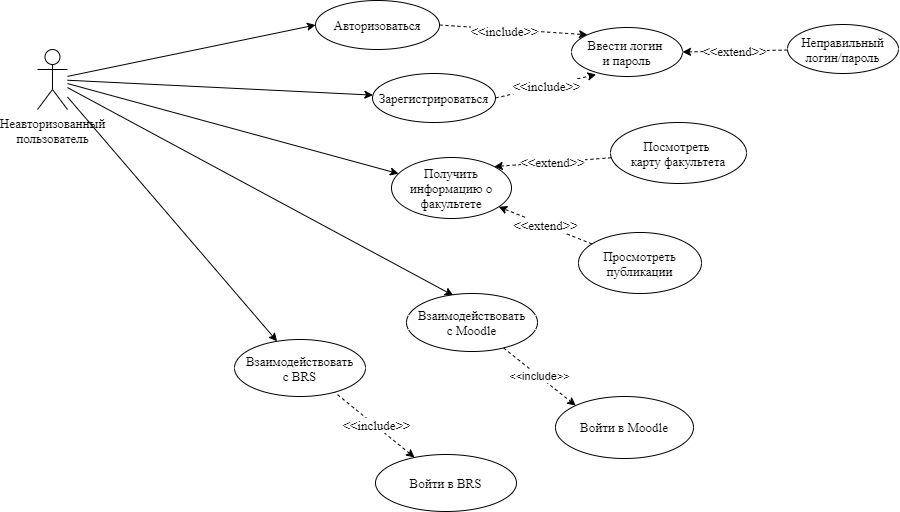
The draw.io diagram diagrams/Диаграммы прецедентов (Use case diagrams)/Диаграмма прецедентов (unauthorized user).png in NerdSmith/MyCSF_App, before a commit. Source tidied: cells renumbered, new cells last; positions are measured from the earlier drawing's top-left corner, leaving out a move shared by most shapes. The source it was exported from:
```xml
<mxGraphModel>
  <root>
    <mxCell id="0" />
    <mxCell id="1" parent="0" />
    <mxCell id="2" style="edgeStyle=none;rounded=0;jettySize=auto;html=1;strokeColor=#000000;fontFamily=Times New Roman;fontSize=13;" parent="1" edge="1" source="7" target="12">
      <mxGeometry relative="1" as="geometry" />
    </mxCell>
    <mxCell id="3" style="edgeStyle=none;rounded=0;jettySize=auto;html=1;strokeColor=#000000;fontFamily=Times New Roman;fontSize=13;" parent="1" edge="1" source="7" target="14">
      <mxGeometry relative="1" as="geometry" />
    </mxCell>
    <mxCell id="4" style="edgeStyle=none;rounded=0;jettySize=auto;html=1;entryX=0;entryY=0.5;entryDx=0;entryDy=0;strokeColor=#000000;fontFamily=Times New Roman;fontSize=13;" parent="1" edge="1" source="7" target="10">
      <mxGeometry relative="1" as="geometry" />
    </mxCell>
    <mxCell id="5" style="rounded=0;jettySize=auto;html=1;fontSize=13;fontFamily=Times New Roman;entryX=0.357;entryY=0.034;entryDx=0;entryDy=0;entryPerimeter=0;" parent="1" edge="1" source="7" target="23">
      <mxGeometry relative="1" as="geometry" />
    </mxCell>
    <mxCell id="6" style="rounded=0;jettySize=auto;html=1;fontSize=13;fontFamily=Times New Roman;" parent="1" edge="1" source="7" target="15">
      <mxGeometry relative="1" as="geometry" />
    </mxCell>
    <mxCell id="7" value="Неавторизованный&lt;br style=&quot;font-size: 13px;&quot;&gt;пользователь&lt;br style=&quot;font-size: 13px;&quot;&gt;" style="shape=umlActor;verticalLabelPosition=bottom;verticalAlign=top;html=1;outlineConnect=0;fontFamily=Times New Roman;fontSize=13;" parent="1" vertex="1">
      <mxGeometry y="49" width="30" height="60" as="geometry" />
    </mxCell>
    <mxCell id="8" style="edgeStyle=none;rounded=0;jettySize=auto;html=1;strokeColor=#000000;fontFamily=Times New Roman;fontSize=13;exitX=1;exitY=0.5;exitDx=0;exitDy=0;dashed=1;entryX=0;entryY=0;entryDx=0;entryDy=0;" parent="1" edge="1" source="10" target="13">
      <mxGeometry relative="1" as="geometry" />
    </mxCell>
    <mxCell id="9" value="&amp;lt;&amp;lt;include&amp;gt;&amp;gt;" style="edgeLabel;html=1;align=center;verticalAlign=middle;fontSize=13;fontFamily=Times New Roman;" parent="8" vertex="1">
      <mxGeometry x="-0.2" y="-4" relative="1" as="geometry">
        <mxPoint x="6" y="-1.4" as="offset" />
      </mxGeometry>
    </mxCell>
    <mxCell id="10" value="Авторизоваться" style="ellipse;whiteSpace=wrap;html=1;verticalAlign=middle;fontFamily=Times New Roman;fontSize=13;" parent="1" vertex="1">
      <mxGeometry x="278" width="124" height="49" as="geometry" />
    </mxCell>
    <mxCell id="11" value="&amp;lt;&amp;lt;include&amp;gt;&amp;gt;" style="edgeStyle=none;rounded=0;jettySize=auto;html=1;entryX=0.222;entryY=0.959;entryDx=0;entryDy=0;strokeColor=#000000;fontFamily=Times New Roman;fontSize=13;exitX=1;exitY=0.5;exitDx=0;exitDy=0;dashed=1;entryPerimeter=0;" parent="1" edge="1" source="12" target="13">
      <mxGeometry relative="1" as="geometry" />
    </mxCell>
    <mxCell id="12" value="Зарегистрироваться" style="ellipse;whiteSpace=wrap;html=1;verticalAlign=middle;fontFamily=Times New Roman;fontSize=13;" parent="1" vertex="1">
      <mxGeometry x="335" y="73" width="123" height="49" as="geometry" />
    </mxCell>
    <mxCell id="13" value="Ввести логин &lt;br style=&quot;font-size: 13px;&quot;&gt;и пароль" style="ellipse;whiteSpace=wrap;html=1;verticalAlign=middle;fontFamily=Times New Roman;fontSize=13;" parent="1" vertex="1">
      <mxGeometry x="534" y="27" width="111" height="49" as="geometry" />
    </mxCell>
    <mxCell id="14" value="Получить информацию о факультете" style="ellipse;whiteSpace=wrap;html=1;verticalAlign=middle;fontFamily=Times New Roman;fontSize=13;" parent="1" vertex="1">
      <mxGeometry x="354" y="157" width="120" height="61" as="geometry" />
    </mxCell>
    <mxCell id="15" value="Взаимодействовать&lt;br style=&quot;font-size: 13px;&quot;&gt;с BRS" style="ellipse;whiteSpace=wrap;html=1;verticalAlign=middle;fontFamily=Times New Roman;fontSize=13;" parent="1" vertex="1">
      <mxGeometry x="197" y="339" width="131" height="57" as="geometry" />
    </mxCell>
    <mxCell id="16" value="&amp;lt;&amp;lt;extend&amp;gt;&amp;gt;" style="edgeStyle=none;rounded=0;jettySize=auto;html=1;dashed=1;startArrow=none;startFill=0;endArrow=classic;endFill=1;strokeColor=#000000;fontFamily=Times New Roman;fontSize=13;" parent="1" edge="1" source="17" target="14">
      <mxGeometry relative="1" as="geometry" />
    </mxCell>
    <mxCell id="17" value="Просмотреть публикации" style="ellipse;whiteSpace=wrap;html=1;verticalAlign=middle;fontFamily=Times New Roman;fontSize=13;" parent="1" vertex="1">
      <mxGeometry x="541" y="232" width="123" height="61" as="geometry" />
    </mxCell>
    <mxCell id="18" value="&amp;lt;&amp;lt;extend&amp;gt;&amp;gt;" style="edgeStyle=none;rounded=0;jettySize=auto;html=1;entryX=1;entryY=0;entryDx=0;entryDy=0;dashed=1;startArrow=none;startFill=0;endArrow=classic;endFill=1;strokeColor=#000000;fontFamily=Times New Roman;fontSize=13;" parent="1" edge="1" source="19" target="14">
      <mxGeometry relative="1" as="geometry" />
    </mxCell>
    <mxCell id="19" value="Посмотреть&amp;nbsp;&lt;br style=&quot;font-size: 13px;&quot;&gt;карту факультета" style="ellipse;whiteSpace=wrap;html=1;verticalAlign=middle;fontFamily=Times New Roman;fontSize=13;" parent="1" vertex="1">
      <mxGeometry x="573" y="122" width="136" height="61" as="geometry" />
    </mxCell>
    <mxCell id="20" value="&amp;lt;&amp;lt;extend&amp;gt;&amp;gt;" style="edgeStyle=none;rounded=0;jettySize=auto;html=1;dashed=1;startArrow=none;startFill=0;endArrow=classic;endFill=1;strokeColor=#000000;fontFamily=Times New Roman;fontSize=13;entryX=1;entryY=0.5;entryDx=0;entryDy=0;" parent="1" edge="1" source="21" target="13">
      <mxGeometry relative="1" as="geometry" />
    </mxCell>
    <mxCell id="21" value="Неправильный&lt;br style=&quot;font-size: 13px;&quot;&gt;логин/пароль" style="ellipse;whiteSpace=wrap;html=1;verticalAlign=middle;fontFamily=Times New Roman;fontSize=13;" parent="1" vertex="1">
      <mxGeometry x="750" y="24" width="111" height="49" as="geometry" />
    </mxCell>
    <mxCell id="22" value="&amp;lt;&amp;lt;include&amp;gt;&amp;gt;" style="rounded=0;jettySize=auto;html=1;entryX=0;entryY=0;entryDx=0;entryDy=0;dashed=1;" parent="1" edge="1" source="23" target="24">
      <mxGeometry relative="1" as="geometry" />
    </mxCell>
    <mxCell id="23" value="Взаимодействовать&lt;br style=&quot;font-size: 13px&quot;&gt;с Moodle" style="ellipse;whiteSpace=wrap;html=1;verticalAlign=middle;fontFamily=Times New Roman;fontSize=13;" parent="1" vertex="1">
      <mxGeometry x="369" y="293" width="131" height="58" as="geometry" />
    </mxCell>
    <mxCell id="24" value="Войти в Moodle" style="ellipse;whiteSpace=wrap;html=1;fontSize=13;fontFamily=Times New Roman;" parent="1" vertex="1">
      <mxGeometry x="518" y="396" width="138" height="62" as="geometry" />
    </mxCell>
    <mxCell id="25" value="Войти в BRS" style="ellipse;whiteSpace=wrap;html=1;fontSize=13;fontFamily=Times New Roman;" parent="1" vertex="1">
      <mxGeometry x="338" y="454" width="141" height="57" as="geometry" />
    </mxCell>
    <mxCell id="26" style="rounded=0;jettySize=auto;html=1;dashed=1;startArrow=classic;startFill=1;endArrow=none;endFill=0;fontSize=13;fontFamily=Times New Roman;entryX=0.766;entryY=0.929;entryDx=0;entryDy=0;entryPerimeter=0;" parent="1" edge="1" source="25" target="15">
      <mxGeometry relative="1" as="geometry" />
    </mxCell>
    <mxCell id="27" value="&amp;lt;&amp;lt;include&amp;gt;&amp;gt;" style="edgeLabel;html=1;align=center;verticalAlign=middle;fontSize=13;fontFamily=Times New Roman;" parent="26" vertex="1">
      <mxGeometry x="-0.02" y="-1" relative="1" as="geometry" />
    </mxCell>
  </root>
</mxGraphModel>
```
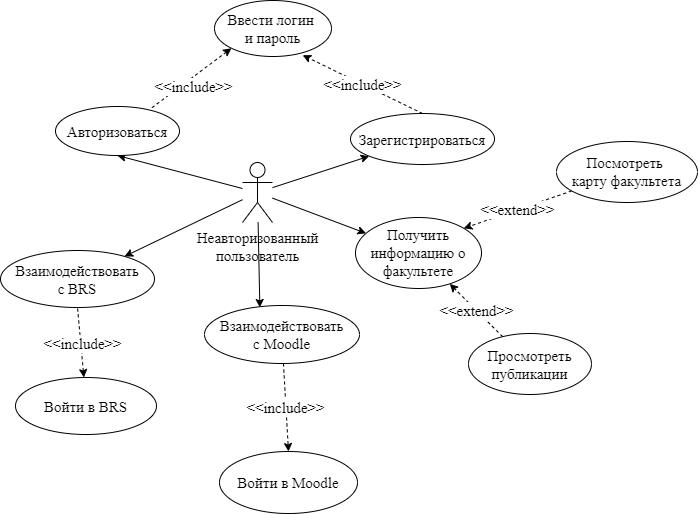
After the change.

Diff of the diagram source:
```diff
@@ -2,84 +2,78 @@
   <root>
     <mxCell id="0" />
     <mxCell id="1" parent="0" />
-    <mxCell id="2" style="edgeStyle=none;rounded=0;jettySize=auto;html=1;strokeColor=#000000;fontFamily=Times New Roman;fontSize=13;" parent="1" edge="1" source="7" target="12">
+    <mxCell id="2" style="edgeStyle=none;rounded=0;jettySize=auto;html=1;strokeColor=#000000;fontFamily=Times New Roman;fontSize=15;" parent="1" edge="1" source="7" target="12">
       <mxGeometry relative="1" as="geometry" />
     </mxCell>
-    <mxCell id="3" style="edgeStyle=none;rounded=0;jettySize=auto;html=1;strokeColor=#000000;fontFamily=Times New Roman;fontSize=13;" parent="1" edge="1" source="7" target="14">
+    <mxCell id="3" style="edgeStyle=none;rounded=0;jettySize=auto;html=1;strokeColor=#000000;fontFamily=Times New Roman;fontSize=15;" parent="1" edge="1" source="7" target="14">
       <mxGeometry relative="1" as="geometry" />
     </mxCell>
-    <mxCell id="4" style="edgeStyle=none;rounded=0;jettySize=auto;html=1;entryX=0;entryY=0.5;entryDx=0;entryDy=0;strokeColor=#000000;fontFamily=Times New Roman;fontSize=13;" parent="1" edge="1" source="7" target="10">
+    <mxCell id="4" style="edgeStyle=none;rounded=0;jettySize=auto;html=1;entryX=0.5;entryY=1;entryDx=0;entryDy=0;strokeColor=#000000;fontFamily=Times New Roman;fontSize=15;" parent="1" edge="1" source="7" target="10">
       <mxGeometry relative="1" as="geometry" />
     </mxCell>
-    <mxCell id="5" style="rounded=0;jettySize=auto;html=1;fontSize=13;fontFamily=Times New Roman;entryX=0.357;entryY=0.034;entryDx=0;entryDy=0;entryPerimeter=0;" parent="1" edge="1" source="7" target="23">
+    <mxCell id="5" style="rounded=0;jettySize=auto;html=1;fontSize=15;fontFamily=Times New Roman;entryX=0.357;entryY=0.034;entryDx=0;entryDy=0;entryPerimeter=0;" parent="1" edge="1" source="7" target="23">
       <mxGeometry relative="1" as="geometry" />
     </mxCell>
-    <mxCell id="6" style="rounded=0;jettySize=auto;html=1;fontSize=13;fontFamily=Times New Roman;" parent="1" edge="1" source="7" target="15">
+    <mxCell id="6" style="rounded=0;jettySize=auto;html=1;fontSize=15;fontFamily=Times New Roman;" parent="1" edge="1" source="7" target="15">
       <mxGeometry relative="1" as="geometry" />
     </mxCell>
-    <mxCell id="7" value="Неавторизованный&lt;br style=&quot;font-size: 13px;&quot;&gt;пользователь&lt;br style=&quot;font-size: 13px;&quot;&gt;" style="shape=umlActor;verticalLabelPosition=bottom;verticalAlign=top;html=1;outlineConnect=0;fontFamily=Times New Roman;fontSize=13;" parent="1" vertex="1">
-      <mxGeometry y="49" width="30" height="60" as="geometry" />
+    <mxCell id="7" value="Неавторизованный&lt;br style=&quot;font-size: 15px;&quot;&gt;пользователь&lt;br style=&quot;font-size: 15px;&quot;&gt;" style="shape=umlActor;verticalLabelPosition=bottom;verticalAlign=top;html=1;outlineConnect=0;fontFamily=Times New Roman;fontSize=15;" parent="1" vertex="1">
+      <mxGeometry x="75" y="152" width="30" height="60" as="geometry" />
     </mxCell>
-    <mxCell id="8" style="edgeStyle=none;rounded=0;jettySize=auto;html=1;strokeColor=#000000;fontFamily=Times New Roman;fontSize=13;exitX=1;exitY=0.5;exitDx=0;exitDy=0;dashed=1;entryX=0;entryY=0;entryDx=0;entryDy=0;" parent="1" edge="1" source="10" target="13">
+    <mxCell id="8" style="edgeStyle=none;rounded=0;jettySize=auto;html=1;strokeColor=#000000;fontFamily=Times New Roman;fontSize=15;exitX=0.778;exitY=0.024;exitDx=0;exitDy=0;dashed=1;entryX=0;entryY=1;entryDx=0;entryDy=0;exitPerimeter=0;" parent="1" edge="1" source="10" target="13">
       <mxGeometry relative="1" as="geometry" />
     </mxCell>
-    <mxCell id="9" value="&amp;lt;&amp;lt;include&amp;gt;&amp;gt;" style="edgeLabel;html=1;align=center;verticalAlign=middle;fontSize=13;fontFamily=Times New Roman;" parent="8" vertex="1">
+    <mxCell id="9" value="&amp;lt;&amp;lt;include&amp;gt;&amp;gt;" style="edgeLabel;html=1;align=center;verticalAlign=middle;fontSize=15;fontFamily=Times New Roman;" parent="8" vertex="1">
       <mxGeometry x="-0.2" y="-4" relative="1" as="geometry">
         <mxPoint x="6" y="-1.4" as="offset" />
       </mxGeometry>
     </mxCell>
-    <mxCell id="10" value="Авторизоваться" style="ellipse;whiteSpace=wrap;html=1;verticalAlign=middle;fontFamily=Times New Roman;fontSize=13;" parent="1" vertex="1">
-      <mxGeometry x="278" width="124" height="49" as="geometry" />
+    <mxCell id="10" value="Авторизоваться" style="ellipse;whiteSpace=wrap;html=1;verticalAlign=middle;fontFamily=Times New Roman;fontSize=15;" parent="1" vertex="1">
+      <mxGeometry x="-112" y="96" width="124" height="49" as="geometry" />
     </mxCell>
-    <mxCell id="11" value="&amp;lt;&amp;lt;include&amp;gt;&amp;gt;" style="edgeStyle=none;rounded=0;jettySize=auto;html=1;entryX=0.222;entryY=0.959;entryDx=0;entryDy=0;strokeColor=#000000;fontFamily=Times New Roman;fontSize=13;exitX=1;exitY=0.5;exitDx=0;exitDy=0;dashed=1;entryPerimeter=0;" parent="1" edge="1" source="12" target="13">
+    <mxCell id="11" value="&amp;lt;&amp;lt;include&amp;gt;&amp;gt;" style="edgeStyle=none;rounded=0;jettySize=auto;html=1;entryX=0.754;entryY=0.977;entryDx=0;entryDy=0;strokeColor=#000000;fontFamily=Times New Roman;fontSize=15;exitX=0.5;exitY=0;exitDx=0;exitDy=0;dashed=1;entryPerimeter=0;" parent="1" edge="1" source="12" target="13">
       <mxGeometry relative="1" as="geometry" />
     </mxCell>
-    <mxCell id="12" value="Зарегистрироваться" style="ellipse;whiteSpace=wrap;html=1;verticalAlign=middle;fontFamily=Times New Roman;fontSize=13;" parent="1" vertex="1">
-      <mxGeometry x="335" y="73" width="123" height="49" as="geometry" />
+    <mxCell id="12" value="Зарегистрироваться" style="ellipse;whiteSpace=wrap;html=1;verticalAlign=middle;fontFamily=Times New Roman;fontSize=15;" parent="1" vertex="1">
+      <mxGeometry x="183" y="103" width="144" height="51" as="geometry" />
     </mxCell>
-    <mxCell id="13" value="Ввести логин &lt;br style=&quot;font-size: 13px;&quot;&gt;и пароль" style="ellipse;whiteSpace=wrap;html=1;verticalAlign=middle;fontFamily=Times New Roman;fontSize=13;" parent="1" vertex="1">
-      <mxGeometry x="534" y="27" width="111" height="49" as="geometry" />
+    <mxCell id="13" value="Ввести логин &lt;br style=&quot;font-size: 15px;&quot;&gt;и пароль" style="ellipse;whiteSpace=wrap;html=1;verticalAlign=middle;fontFamily=Times New Roman;fontSize=15;" parent="1" vertex="1">
+      <mxGeometry x="47" y="-10" width="117" height="56" as="geometry" />
     </mxCell>
-    <mxCell id="14" value="Получить информацию о факультете" style="ellipse;whiteSpace=wrap;html=1;verticalAlign=middle;fontFamily=Times New Roman;fontSize=13;" parent="1" vertex="1">
-      <mxGeometry x="354" y="157" width="120" height="61" as="geometry" />
+    <mxCell id="14" value="Получить информацию о факультете" style="ellipse;whiteSpace=wrap;html=1;verticalAlign=middle;fontFamily=Times New Roman;fontSize=15;" parent="1" vertex="1">
+      <mxGeometry x="188" y="207" width="126" height="71" as="geometry" />
     </mxCell>
-    <mxCell id="15" value="Взаимодействовать&lt;br style=&quot;font-size: 13px;&quot;&gt;с BRS" style="ellipse;whiteSpace=wrap;html=1;verticalAlign=middle;fontFamily=Times New Roman;fontSize=13;" parent="1" vertex="1">
-      <mxGeometry x="197" y="339" width="131" height="57" as="geometry" />
+    <mxCell id="15" value="Взаимодействовать&lt;br style=&quot;font-size: 15px;&quot;&gt;с BRS" style="ellipse;whiteSpace=wrap;html=1;verticalAlign=middle;fontFamily=Times New Roman;fontSize=15;" parent="1" vertex="1">
+      <mxGeometry x="-167" y="240" width="154" height="57" as="geometry" />
     </mxCell>
-    <mxCell id="16" value="&amp;lt;&amp;lt;extend&amp;gt;&amp;gt;" style="edgeStyle=none;rounded=0;jettySize=auto;html=1;dashed=1;startArrow=none;startFill=0;endArrow=classic;endFill=1;strokeColor=#000000;fontFamily=Times New Roman;fontSize=13;" parent="1" edge="1" source="17" target="14">
+    <mxCell id="16" value="&amp;lt;&amp;lt;extend&amp;gt;&amp;gt;" style="edgeStyle=none;rounded=0;jettySize=auto;html=1;dashed=1;startArrow=none;startFill=0;endArrow=classic;endFill=1;strokeColor=#000000;fontFamily=Times New Roman;fontSize=15;" parent="1" edge="1" source="17" target="14">
       <mxGeometry relative="1" as="geometry" />
     </mxCell>
-    <mxCell id="17" value="Просмотреть публикации" style="ellipse;whiteSpace=wrap;html=1;verticalAlign=middle;fontFamily=Times New Roman;fontSize=13;" parent="1" vertex="1">
-      <mxGeometry x="541" y="232" width="123" height="61" as="geometry" />
+    <mxCell id="17" value="Просмотреть публикации" style="ellipse;whiteSpace=wrap;html=1;verticalAlign=middle;fontFamily=Times New Roman;fontSize=15;" parent="1" vertex="1">
+      <mxGeometry x="301" y="323" width="123" height="61" as="geometry" />
     </mxCell>
-    <mxCell id="18" value="&amp;lt;&amp;lt;extend&amp;gt;&amp;gt;" style="edgeStyle=none;rounded=0;jettySize=auto;html=1;entryX=1;entryY=0;entryDx=0;entryDy=0;dashed=1;startArrow=none;startFill=0;endArrow=classic;endFill=1;strokeColor=#000000;fontFamily=Times New Roman;fontSize=13;" parent="1" edge="1" source="19" target="14">
+    <mxCell id="18" value="&amp;lt;&amp;lt;extend&amp;gt;&amp;gt;" style="edgeStyle=none;rounded=0;jettySize=auto;html=1;entryX=1;entryY=0;entryDx=0;entryDy=0;dashed=1;startArrow=none;startFill=0;endArrow=classic;endFill=1;strokeColor=#000000;fontFamily=Times New Roman;fontSize=15;" parent="1" edge="1" source="19" target="14">
       <mxGeometry relative="1" as="geometry" />
     </mxCell>
-    <mxCell id="19" value="Посмотреть&amp;nbsp;&lt;br style=&quot;font-size: 13px;&quot;&gt;карту факультета" style="ellipse;whiteSpace=wrap;html=1;verticalAlign=middle;fontFamily=Times New Roman;fontSize=13;" parent="1" vertex="1">
-      <mxGeometry x="573" y="122" width="136" height="61" as="geometry" />
+    <mxCell id="19" value="Посмотреть&amp;nbsp;&lt;br style=&quot;font-size: 15px;&quot;&gt;карту факультета" style="ellipse;whiteSpace=wrap;html=1;verticalAlign=middle;fontFamily=Times New Roman;fontSize=15;" parent="1" vertex="1">
+      <mxGeometry x="389" y="131" width="141" height="61" as="geometry" />
     </mxCell>
-    <mxCell id="20" value="&amp;lt;&amp;lt;extend&amp;gt;&amp;gt;" style="edgeStyle=none;rounded=0;jettySize=auto;html=1;dashed=1;startArrow=none;startFill=0;endArrow=classic;endFill=1;strokeColor=#000000;fontFamily=Times New Roman;fontSize=13;entryX=1;entryY=0.5;entryDx=0;entryDy=0;" parent="1" edge="1" source="21" target="13">
-      <mxGeometry relative="1" as="geometry" />
-    </mxCell>
-    <mxCell id="21" value="Неправильный&lt;br style=&quot;font-size: 13px;&quot;&gt;логин/пароль" style="ellipse;whiteSpace=wrap;html=1;verticalAlign=middle;fontFamily=Times New Roman;fontSize=13;" parent="1" vertex="1">
-      <mxGeometry x="750" y="24" width="111" height="49" as="geometry" />
-    </mxCell>
-    <mxCell id="22" value="&amp;lt;&amp;lt;include&amp;gt;&amp;gt;" style="rounded=0;jettySize=auto;html=1;entryX=0;entryY=0;entryDx=0;entryDy=0;dashed=1;" parent="1" edge="1" source="23" target="24">
+    <mxCell id="22" value="&amp;lt;&amp;lt;include&amp;gt;&amp;gt;" style="rounded=0;jettySize=auto;html=1;entryX=0.5;entryY=0;entryDx=0;entryDy=0;dashed=1;fontSize=15;fontFamily=Times New Roman;" parent="1" edge="1" source="23" target="24">
       <mxGeometry relative="1" as="geometry" />
     </mxCell>
-    <mxCell id="23" value="Взаимодействовать&lt;br style=&quot;font-size: 13px&quot;&gt;с Moodle" style="ellipse;whiteSpace=wrap;html=1;verticalAlign=middle;fontFamily=Times New Roman;fontSize=13;" parent="1" vertex="1">
-      <mxGeometry x="369" y="293" width="131" height="58" as="geometry" />
+    <mxCell id="23" value="Взаимодействовать&lt;br style=&quot;font-size: 15px;&quot;&gt;с Moodle" style="ellipse;whiteSpace=wrap;html=1;verticalAlign=middle;fontFamily=Times New Roman;fontSize=15;" parent="1" vertex="1">
+      <mxGeometry x="37" y="295" width="155" height="58" as="geometry" />
     </mxCell>
-    <mxCell id="24" value="Войти в Moodle" style="ellipse;whiteSpace=wrap;html=1;fontSize=13;fontFamily=Times New Roman;" parent="1" vertex="1">
-      <mxGeometry x="518" y="396" width="138" height="62" as="geometry" />
+    <mxCell id="24" value="Войти в Moodle" style="ellipse;whiteSpace=wrap;html=1;fontSize=15;fontFamily=Times New Roman;" parent="1" vertex="1">
+      <mxGeometry x="52" y="441" width="138" height="62" as="geometry" />
     </mxCell>
-    <mxCell id="25" value="Войти в BRS" style="ellipse;whiteSpace=wrap;html=1;fontSize=13;fontFamily=Times New Roman;" parent="1" vertex="1">
-      <mxGeometry x="338" y="454" width="141" height="57" as="geometry" />
+    <mxCell id="25" value="Войти в BRS" style="ellipse;whiteSpace=wrap;html=1;fontSize=15;fontFamily=Times New Roman;" parent="1" vertex="1">
+      <mxGeometry x="-152" y="367" width="141" height="57" as="geometry" />
     </mxCell>
-    <mxCell id="26" style="rounded=0;jettySize=auto;html=1;dashed=1;startArrow=classic;startFill=1;endArrow=none;endFill=0;fontSize=13;fontFamily=Times New Roman;entryX=0.766;entryY=0.929;entryDx=0;entryDy=0;entryPerimeter=0;" parent="1" edge="1" source="25" target="15">
+    <mxCell id="26" style="rounded=0;jettySize=auto;html=1;dashed=1;startArrow=classic;startFill=1;endArrow=none;endFill=0;fontSize=15;fontFamily=Times New Roman;entryX=0.5;entryY=1;entryDx=0;entryDy=0;" parent="1" edge="1" source="25" target="15">
       <mxGeometry relative="1" as="geometry" />
     </mxCell>
-    <mxCell id="27" value="&amp;lt;&amp;lt;include&amp;gt;&amp;gt;" style="edgeLabel;html=1;align=center;verticalAlign=middle;fontSize=13;fontFamily=Times New Roman;" parent="26" vertex="1">
+    <mxCell id="27" value="&amp;lt;&amp;lt;include&amp;gt;&amp;gt;" style="edgeLabel;html=1;align=center;verticalAlign=middle;fontSize=15;fontFamily=Times New Roman;" parent="26" vertex="1">
       <mxGeometry x="-0.02" y="-1" relative="1" as="geometry" />
     </mxCell>
   </root>
```
